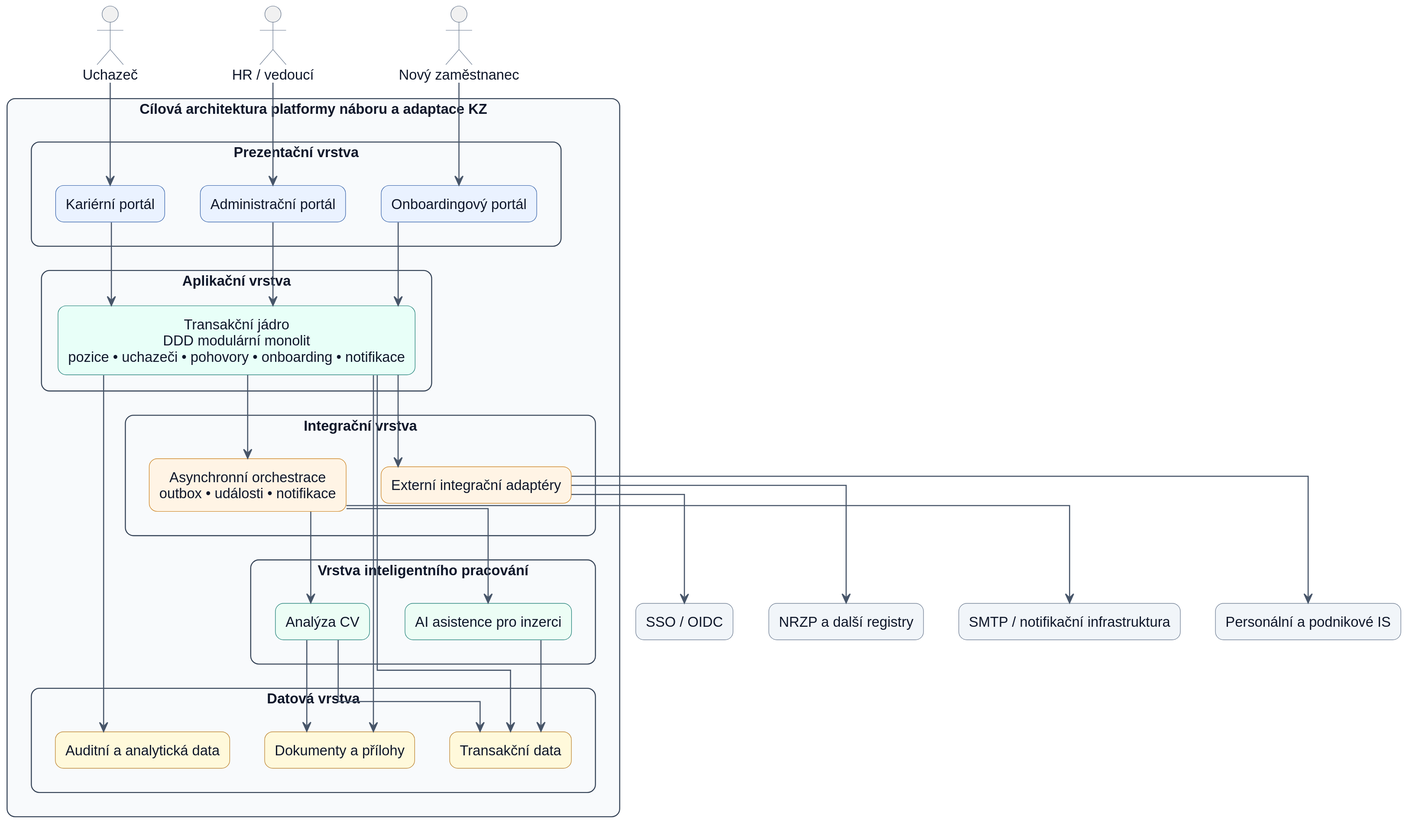
Above: dsi_presentation_02/architecture-design-16x9.svg in pavelvachaaa/diploma-thesis (PlantUML), before the change. Its source is kept beside it as dsi_presentation_02/architecture-design-16x9.puml.
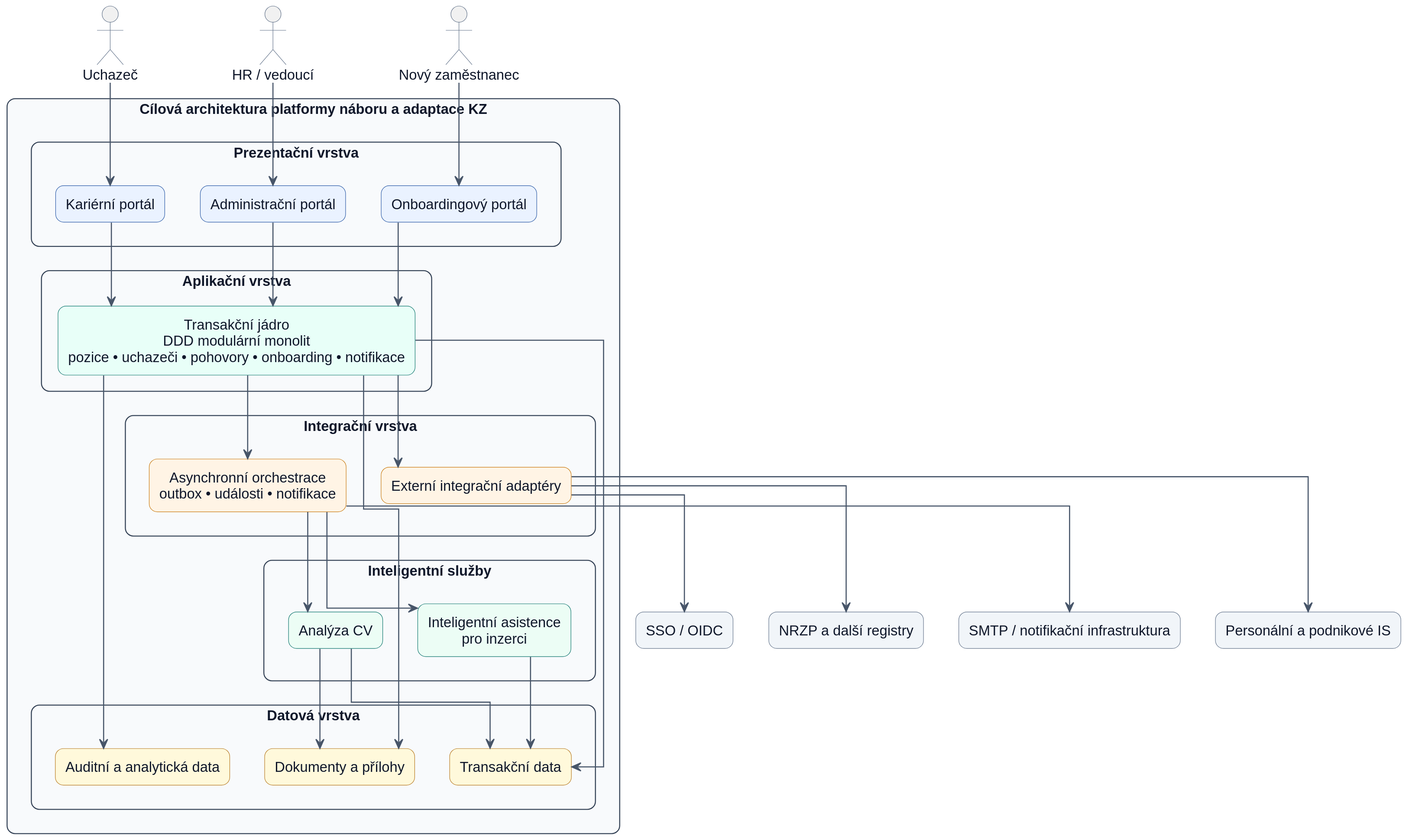
After the commit.

Change to the diagram source:
```diff
@@ -88,10 +88,10 @@
     }
   }
 
-  package "Vrstva inteligentního pracování" {
+  package "Inteligentní služby" {
     together {
       rectangle "Analýza CV" <<ai>> as AiCv
-      rectangle "AI asistence pro inzerci" <<ai>> as AiJob
+      rectangle "Inteligentní asistence\npro inzerci" <<ai>> as AiJob
     }
   }
 }
```
